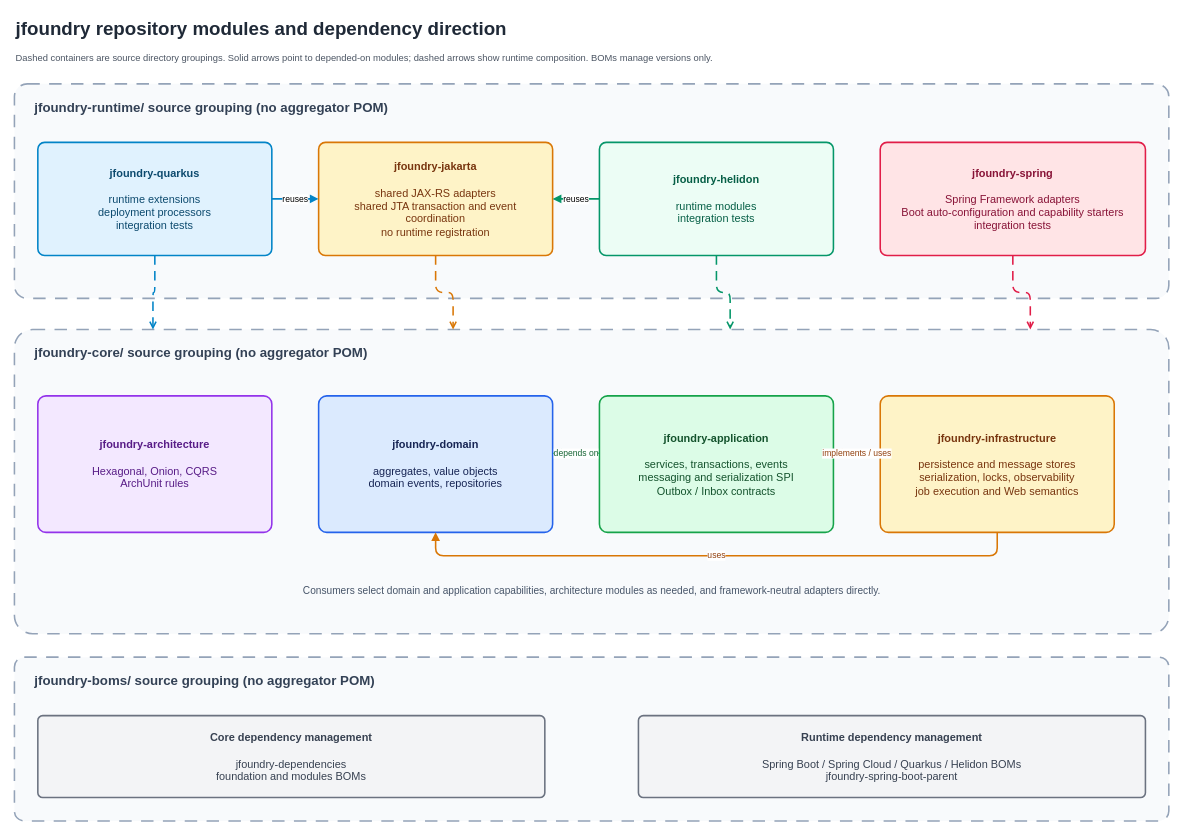
Above: docs/i18n/assets/jfoundry-module-architecture.drawio in huahill/jfoundry (draw.io), before the change. Source tidied: cells renumbered, new cells numbered last; positions are measured from the earlier drawing's top-left corner, leaving out a move shared by most shapes. Both pictures are drawn from the tidied source at 78%, with x=0, y=0 at pixel (14, 13).
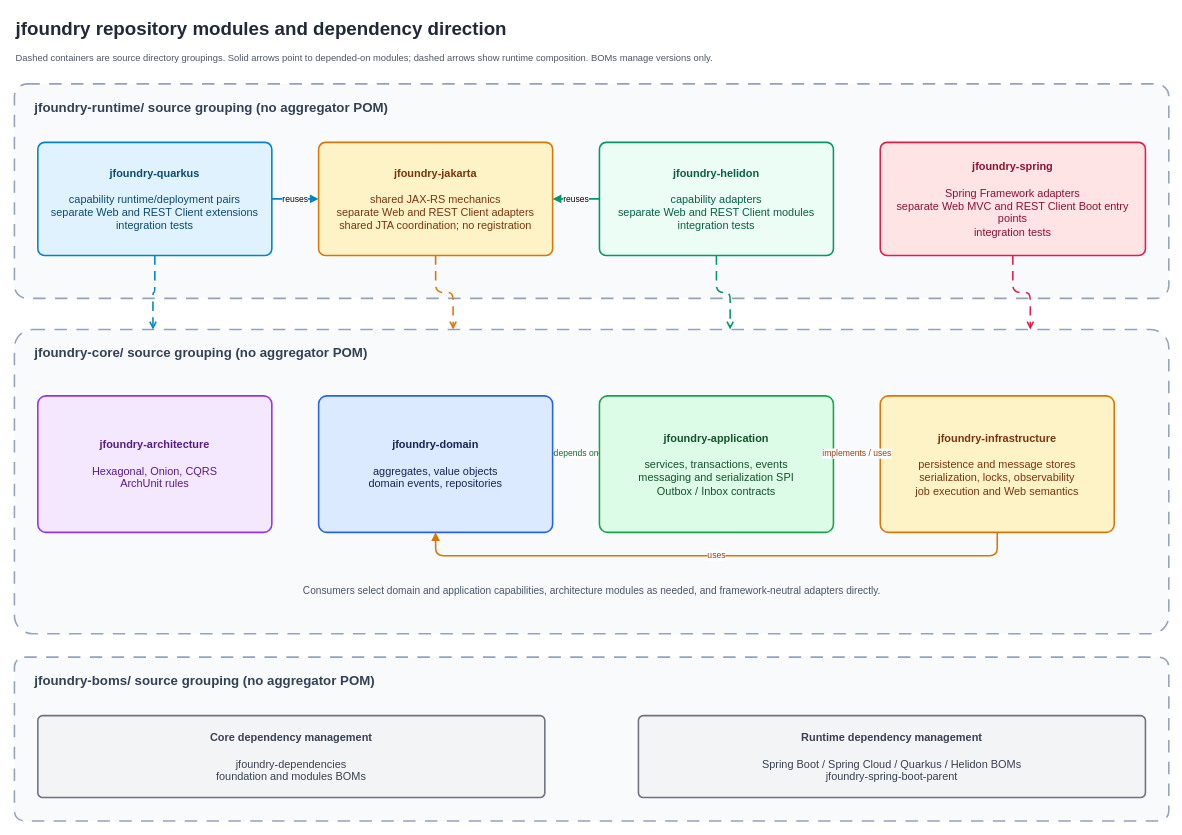
After the change.

Diff of the diagram source:
```diff
@@
-    <mxCell id="5" value="&lt;b&gt;jfoundry-quarkus&lt;/b&gt;&lt;br&gt;&lt;br&gt;runtime extensions&lt;br&gt;deployment processors&lt;br&gt;integration tests" style="rounded=1;arcSize=6;whiteSpace=wrap;html=1;fillColor=#E0F2FE;strokeColor=#0284C7;strokeWidth=2;fontColor=#0C4A6E;fontSize=14;align=center;verticalAlign=middle;spacing=10;" parent="1" vertex="1">
+    <mxCell id="5" value="&lt;b&gt;jfoundry-quarkus&lt;/b&gt;&lt;br&gt;&lt;br&gt;capability runtime/deployment pairs&lt;br&gt;separate Web and REST Client extensions&lt;br&gt;integration tests" style="rounded=1;arcSize=6;whiteSpace=wrap;html=1;fillColor=#E0F2FE;strokeColor=#0284C7;strokeWidth=2;fontColor=#0C4A6E;fontSize=14;align=center;verticalAlign=middle;spacing=10;" parent="1" vertex="1">
       <mxGeometry x="30" y="165" width="300" height="145" as="geometry" />
     </mxCell>
-    <mxCell id="6" value="&lt;b&gt;jfoundry-jakarta&lt;/b&gt;&lt;br&gt;&lt;br&gt;shared JAX-RS adapters&lt;br&gt;shared JTA transaction and event coordination&lt;br&gt;no runtime registration" style="rounded=1;arcSize=6;whiteSpace=wrap;html=1;fillColor=#FEF3C7;strokeColor=#D97706;strokeWidth=2;fontColor=#78350F;fontSize=14;align=center;verticalAlign=middle;spacing=10;" parent="1" vertex="1">
+    <mxCell id="6" value="&lt;b&gt;jfoundry-jakarta&lt;/b&gt;&lt;br&gt;&lt;br&gt;shared JAX-RS mechanics&lt;br&gt;separate Web and REST Client adapters&lt;br&gt;shared JTA coordination; no registration" style="rounded=1;arcSize=6;whiteSpace=wrap;html=1;fillColor=#FEF3C7;strokeColor=#D97706;strokeWidth=2;fontColor=#78350F;fontSize=14;align=center;verticalAlign=middle;spacing=10;" parent="1" vertex="1">
       <mxGeometry x="390" y="165" width="300" height="145" as="geometry" />
     </mxCell>
-    <mxCell id="7" value="&lt;b&gt;jfoundry-helidon&lt;/b&gt;&lt;br&gt;&lt;br&gt;runtime modules&lt;br&gt;integration tests" style="rounded=1;arcSize=6;whiteSpace=wrap;html=1;fillColor=#ECFDF5;strokeColor=#059669;strokeWidth=2;fontColor=#065F46;fontSize=14;align=center;verticalAlign=middle;spacing=10;" parent="1" vertex="1">
+    <mxCell id="7" value="&lt;b&gt;jfoundry-helidon&lt;/b&gt;&lt;br&gt;&lt;br&gt;capability adapters&lt;br&gt;separate Web and REST Client modules&lt;br&gt;integration tests" style="rounded=1;arcSize=6;whiteSpace=wrap;html=1;fillColor=#ECFDF5;strokeColor=#059669;strokeWidth=2;fontColor=#065F46;fontSize=14;align=center;verticalAlign=middle;spacing=10;" parent="1" vertex="1">
       <mxGeometry x="750" y="165" width="300" height="145" as="geometry" />
     </mxCell>
-    <mxCell id="8" value="&lt;b&gt;jfoundry-spring&lt;/b&gt;&lt;br&gt;&lt;br&gt;Spring Framework adapters&lt;br&gt;Boot auto-configuration and capability starters&lt;br&gt;integration tests" style="rounded=1;arcSize=6;whiteSpace=wrap;html=1;fillColor=#FFE4E6;strokeColor=#E11D48;strokeWidth=2;fontColor=#881337;fontSize=14;align=center;verticalAlign=middle;spacing=10;" parent="1" vertex="1">
+    <mxCell id="8" value="&lt;b&gt;jfoundry-spring&lt;/b&gt;&lt;br&gt;&lt;br&gt;Spring Framework adapters&lt;br&gt;separate Web MVC and REST Client Boot entry points&lt;br&gt;integration tests" style="rounded=1;arcSize=6;whiteSpace=wrap;html=1;fillColor=#FFE4E6;strokeColor=#E11D48;strokeWidth=2;fontColor=#881337;fontSize=14;align=center;verticalAlign=middle;spacing=10;" parent="1" vertex="1">
       <mxGeometry x="1110" y="165" width="340" height="145" as="geometry" />
     </mxCell>
```
